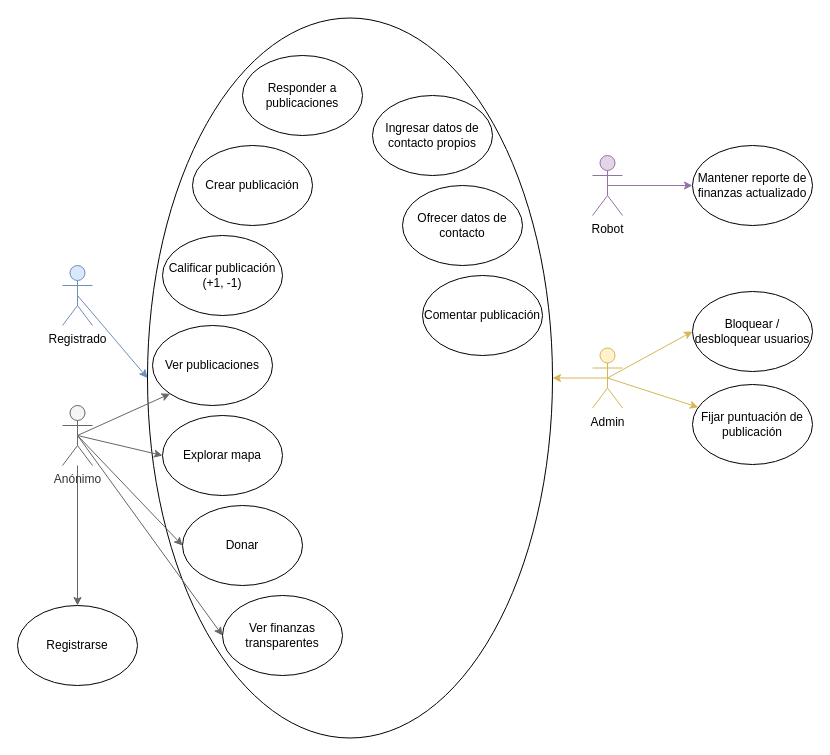
This is draw.io/CasosDeUso.drawio from drakuno/diagramas-patitas, a draw.io file, before an edit. Source tidied: cells renumbered, new cells numbered last; positions are measured from the earlier drawing's top-left corner, leaving out a move shared by most shapes. Both pictures are drawn from the tidied source at 100%, with x=0, y=0 at pixel (-10, 55).
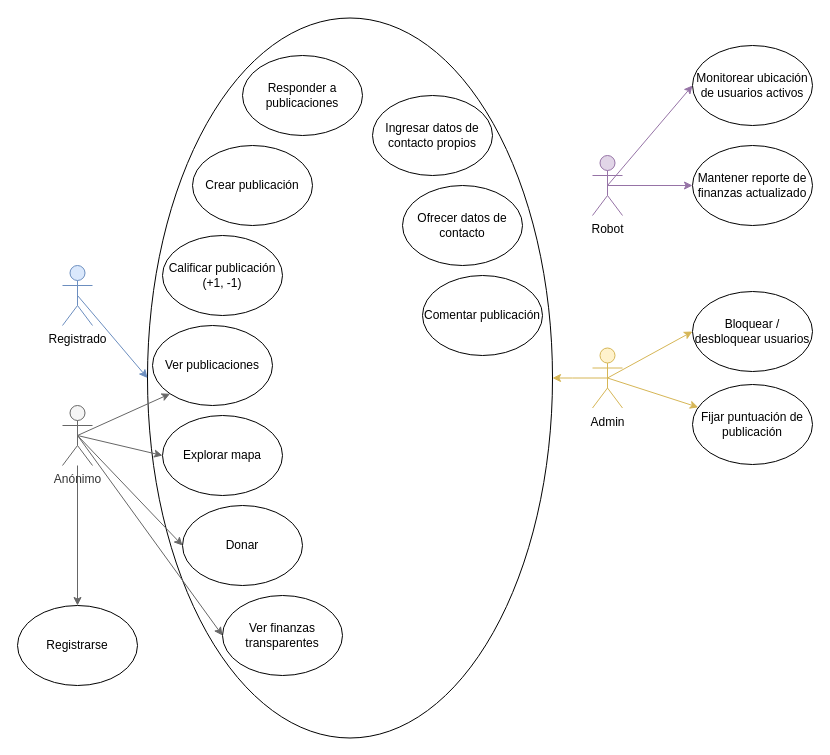
Above is the later version.

Unchanged cells that the change refers to:
```xml
<mxCell id="26" value="Robot" style="shape=umlActor;verticalLabelPosition=bottom;verticalAlign=top;html=1;outlineConnect=0;fillColor=#e1d5e7;strokeColor=#9673a6;" parent="1" vertex="1">
  <mxGeometry x="602" y="100" width="30" height="60" as="geometry" />
</mxCell>
<mxCell id="27" value="Mantener reporte de finanzas actualizado" style="ellipse;whiteSpace=wrap;html=1;" parent="1" vertex="1">
  <mxGeometry x="702" y="90" width="120" height="80" as="geometry" />
</mxCell>
```

What changed in the source:
```diff
@@
-    <mxCell id="25" style="edgeStyle=orthogonalEdgeStyle;rounded=0;jettySize=auto;html=1;exitX=0.5;exitY=0.5;exitDx=0;exitDy=0;exitPerimeter=0;entryX=0;entryY=0.5;entryDx=0;entryDy=0;fillColor=#e1d5e7;strokeColor=#9673a6;" parent="1" edge="1" source="26" target="27">
+    <mxCell id="25" style="edgeStyle=orthogonalEdgeStyle;rounded=0;jettySize=auto;html=1;exitX=0.5;exitY=0.5;exitDx=0;exitDy=0;exitPerimeter=0;entryX=0;entryY=0.5;entryDx=0;entryDy=0;fillColor=#e1d5e7;strokeColor=#9673A6;" parent="1" edge="1" source="26" target="27">
       <mxGeometry relative="1" as="geometry" />
     </mxCell>
+    <mxCell id="31" style="rounded=0;jettySize=auto;html=1;exitX=0.5;exitY=0.5;exitDx=0;exitDy=0;exitPerimeter=0;entryX=0;entryY=0.5;entryDx=0;entryDy=0;strokeColor=#9673A6;" parent="1" edge="1" source="26" target="32">
+      <mxGeometry relative="1" as="geometry" />
+    </mxCell>
@@
+    <mxCell id="32" value="Monitorear ubicación de usuarios activos" style="ellipse;whiteSpace=wrap;html=1;" parent="1" vertex="1">
+      <mxGeometry x="702" y="-10" width="120" height="80" as="geometry" />
+    </mxCell>
```
